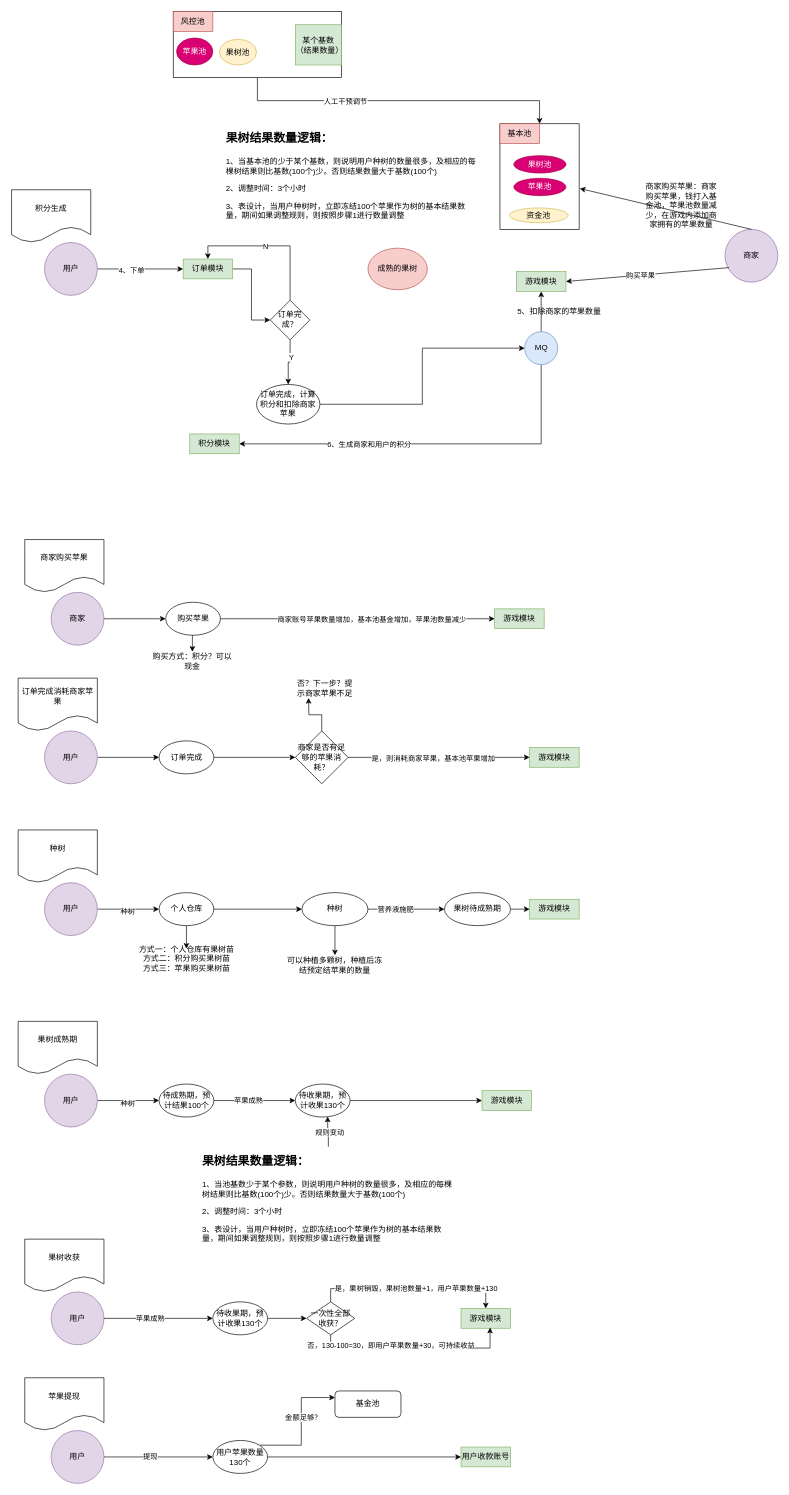
This is gtt-积分流程.drawio from maigao11/flow, a draw.io file, before an edit. Source tidied: cells renumbered, new cells numbered last; positions are measured from the earlier drawing's top-left corner, leaving out a move shared by most shapes. Both pictures are drawn from the tidied source at 66%, with x=0, y=0 at pixel (11, 11).
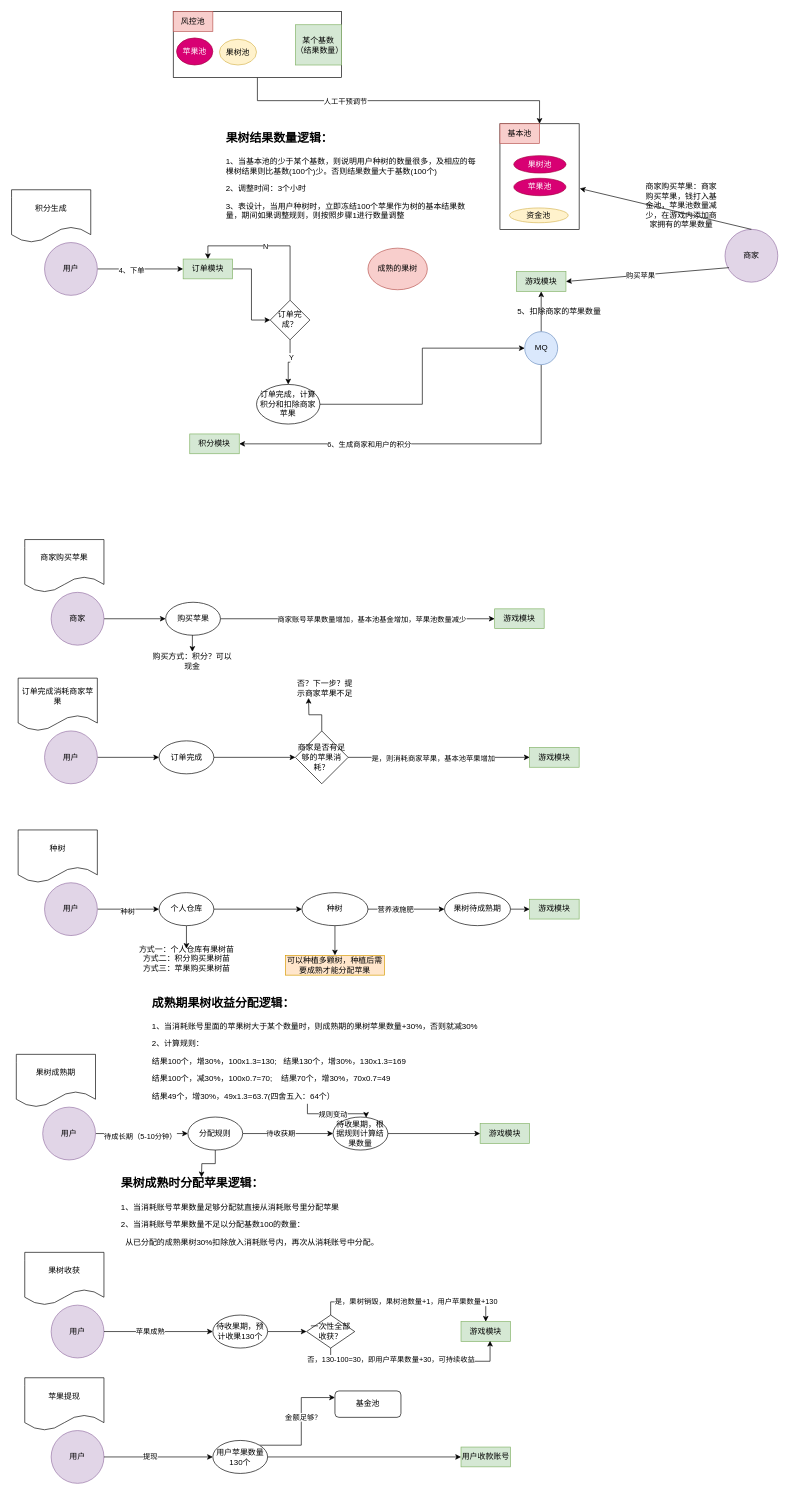
After the change.

Commit message:
更新gtt-积分流程.drawio

Unchanged cells that the change refers to:
```xml
<mxCell id="78" style="edgeStyle=orthogonalEdgeStyle;rounded=0;jettySize=auto;html=1;exitX=1;exitY=0.5;exitDx=0;exitDy=0;entryX=0;entryY=0.5;entryDx=0;entryDy=0;" parent="1" edge="1" source="80" target="83">
  <mxGeometry relative="1" as="geometry" />
</mxCell>
<mxCell id="81" style="edgeStyle=orthogonalEdgeStyle;rounded=0;jettySize=auto;html=1;" parent="1" edge="1" source="83" target="86">
  <mxGeometry relative="1" as="geometry" />
</mxCell>
```

The edit, as a diff of the source:
```diff
@@
-    <mxCell id="76" value="可以种植多颗树，种植后冻结预定结苹果的数量" style="text;html=1;strokeColor=none;fillColor=none;align=center;verticalAlign=middle;whiteSpace=wrap;rounded=0;" parent="1" vertex="1">
+    <mxCell id="76" value="可以种植多颗树，种植后需要成熟才能分配苹果" style="text;html=1;strokeColor=#d79b00;fillColor=#ffe6cc;align=center;verticalAlign=middle;whiteSpace=wrap;rounded=0;" parent="1" vertex="1">
       <mxGeometry x="415" y="1430" width="150" height="30" as="geometry" />
     </mxCell>
     <mxCell id="77" value="果树成熟期" style="shape=document;whiteSpace=wrap;html=1;boundedLbl=1;" parent="1" vertex="1">
-      <mxGeometry x="10" y="1530" width="120" height="80" as="geometry" />
+      <mxGeometry x="7.2" y="1580" width="120" height="80" as="geometry" />
     </mxCell>
@@
-    <mxCell id="79" value="种树" style="edgeLabel;html=1;align=center;verticalAlign=middle;" parent="78" vertex="1">
+    <mxCell id="79" value="待成长期（5-10分钟）" style="edgeLabel;html=1;align=center;verticalAlign=middle;" parent="78" vertex="1">
       <mxGeometry x="-0.04" y="-3" relative="1" as="geometry" />
     </mxCell>
     <mxCell id="80" value="用户" style="ellipse;whiteSpace=wrap;html=1;fillColor=#e1d5e7;strokeColor=#9673a6;" parent="1" vertex="1">
-      <mxGeometry x="50" y="1610" width="80" height="80" as="geometry" />
+      <mxGeometry x="47.2" y="1660" width="80" height="80" as="geometry" />
     </mxCell>
@@
-    <mxCell id="82" value="苹果成熟" style="edgeLabel;html=1;align=center;verticalAlign=middle;" parent="81" vertex="1">
+    <mxCell id="82" value="待收获期" style="edgeLabel;html=1;align=center;verticalAlign=middle;" parent="81" vertex="1">
       <mxGeometry x="-0.18" y="1" relative="1" as="geometry">
         <mxPoint x="1" as="offset" />
       </mxGeometry>
     </mxCell>
-    <mxCell id="83" value="待成熟期，预计结果100个" style="ellipse;whiteSpace=wrap;html=1;" parent="1" vertex="1">
-      <mxGeometry x="223.5" y="1625" width="83" height="50" as="geometry" />
+    <mxCell id="83" value="分配规则" style="ellipse;whiteSpace=wrap;html=1;" parent="1" vertex="1">
+      <mxGeometry x="267.2" y="1675" width="83" height="50" as="geometry" />
     </mxCell>
     <mxCell id="84" value="游戏模块" style="rounded=0;whiteSpace=wrap;html=1;fillColor=#d5e8d4;strokeColor=#82b366;" parent="1" vertex="1">
-      <mxGeometry x="712.8" y="1635" width="75" height="30" as="geometry" />
+      <mxGeometry x="710" y="1685" width="75" height="30" as="geometry" />
     </mxCell>
@@
-    <mxCell id="86" value="待收果期，预计收果130个" style="ellipse;whiteSpace=wrap;html=1;" parent="1" vertex="1">
-      <mxGeometry x="430" y="1625" width="83" height="50" as="geometry" />
+    <mxCell id="86" value="待收果期，根据规则计算结果数量" style="ellipse;whiteSpace=wrap;html=1;" parent="1" vertex="1">
+      <mxGeometry x="487.2" y="1675" width="83" height="50" as="geometry" />
     </mxCell>
-    <mxCell id="87" value="&lt;h1&gt;&lt;font style=&quot;font-size: 18px;&quot;&gt;果树结果数量逻辑：&lt;/font&gt;&lt;/h1&gt;&lt;p&gt;1、当池基数少于某个参数，则说明用户种树的数量很多，及相应的每棵树结果则比基数(100个)少。否则结果数量大于基数(100个)&lt;/p&gt;&lt;p&gt;2、调整时间：3个小时&lt;/p&gt;&lt;p&gt;3、表设计，当用户种树时，立即冻结100个苹果作为树的基本结果数量，期间如果调整规则，则按照步骤1进行数量调整&lt;/p&gt;&lt;p&gt;&lt;br&gt;&lt;/p&gt;&lt;p&gt;&lt;br&gt;&lt;/p&gt;" style="text;html=1;strokeColor=none;fillColor=none;spacing=5;spacingTop=-20;whiteSpace=wrap;overflow=hidden;rounded=0;" parent="1" vertex="1">
-      <mxGeometry x="283.6" y="1720" width="392.8" height="150" as="geometry" />
+    <mxCell id="87" value="&lt;h1&gt;&lt;font style=&quot;font-size: 18px;&quot;&gt;成熟期果树收益分配逻辑：&lt;/font&gt;&lt;/h1&gt;&lt;p&gt;1、当消耗账号里面的苹果树大于某个数量时，则成熟期的果树苹果数量+30%，否则就减30%&lt;/p&gt;&lt;p&gt;2、计算规则：&lt;/p&gt;&lt;p&gt;结果100个，增30%，100x1.3=130;&amp;nbsp; &amp;nbsp;结果130个，增30%，130x1.3=169&lt;/p&gt;&lt;p&gt;结果100个，减30%，100x0.7=70;&amp;nbsp; &amp;nbsp; 结果70个，增30%，70x0.7=49&lt;/p&gt;&lt;p&gt;结果49个，增30%，49x1.3=63.7(四舍五入：64个）&lt;/p&gt;&lt;p&gt;&lt;br&gt;&lt;/p&gt;&lt;p&gt;&lt;br&gt;&lt;/p&gt;" style="text;html=1;strokeColor=none;fillColor=none;spacing=5;spacingTop=-20;whiteSpace=wrap;overflow=hidden;rounded=0;" parent="1" vertex="1">
+      <mxGeometry x="207.8" y="1480" width="519.4" height="170" as="geometry" />
     </mxCell>
-    <mxCell id="88" style="edgeStyle=orthogonalEdgeStyle;rounded=0;jettySize=auto;html=1;exitX=0.5;exitY=0;exitDx=0;exitDy=0;entryX=0.59;entryY=0.984;entryDx=0;entryDy=0;entryPerimeter=0;" parent="1" edge="1" source="87" target="86">
+    <mxCell id="88" style="edgeStyle=orthogonalEdgeStyle;rounded=0;jettySize=auto;html=1;exitX=0.463;exitY=1.029;exitDx=0;exitDy=0;entryX=0.602;entryY=0.02;entryDx=0;entryDy=0;entryPerimeter=0;exitPerimeter=0;" parent="1" edge="1" source="87" target="86">
       <mxGeometry relative="1" as="geometry" />
     </mxCell>
@@
     <mxCell id="90" value="果树收获" style="shape=document;whiteSpace=wrap;html=1;boundedLbl=1;" parent="1" vertex="1">
-      <mxGeometry x="20" y="1860" width="120" height="80" as="geometry" />
+      <mxGeometry x="20" y="1880" width="120" height="80" as="geometry" />
     </mxCell>
     <mxCell id="91" value="用户" style="ellipse;whiteSpace=wrap;html=1;fillColor=#e1d5e7;strokeColor=#9673a6;" parent="1" vertex="1">
-      <mxGeometry x="60" y="1940" width="80" height="80" as="geometry" />
+      <mxGeometry x="60" y="1960" width="80" height="80" as="geometry" />
     </mxCell>
@@
     <mxCell id="94" value="游戏模块" style="rounded=0;whiteSpace=wrap;html=1;fillColor=#d5e8d4;strokeColor=#82b366;" parent="1" vertex="1">
-      <mxGeometry x="681" y="1965" width="75" height="30" as="geometry" />
+      <mxGeometry x="681" y="1985" width="75" height="30" as="geometry" />
     </mxCell>
@@
     <mxCell id="96" value="待收果期，预计收果130个" style="ellipse;whiteSpace=wrap;html=1;" parent="1" vertex="1">
-      <mxGeometry x="305" y="1955" width="83" height="50" as="geometry" />
+      <mxGeometry x="305" y="1975" width="83" height="50" as="geometry" />
     </mxCell>
@@
     <mxCell id="109" value="一次性全部收获？" style="rhombus;whiteSpace=wrap;html=1;" parent="1" vertex="1">
-      <mxGeometry x="447" y="1955" width="73" height="50" as="geometry" />
+      <mxGeometry x="447" y="1975" width="73" height="50" as="geometry" />
     </mxCell>
@@
+    <mxCell id="112" value="&lt;h1&gt;&lt;font style=&quot;font-size: 18px;&quot;&gt;果树成熟时分配苹果逻辑：&lt;/font&gt;&lt;/h1&gt;&lt;p&gt;1、当消耗账号苹果数量足够分配就直接从消耗账号里分配苹果&lt;/p&gt;&lt;p&gt;2、当消耗账号苹果数量不足以分配基数100的数量：&lt;/p&gt;&lt;p&gt;&amp;nbsp; 从已分配的成熟果树30%扣除放入消耗账号内，再次从消耗账号中分配。&lt;/p&gt;&lt;p&gt;&lt;br&gt;&lt;/p&gt;&lt;p&gt;&lt;br&gt;&lt;/p&gt;&lt;p&gt;&lt;br&gt;&lt;/p&gt;" style="text;html=1;strokeColor=none;fillColor=none;spacing=5;spacingTop=-20;whiteSpace=wrap;overflow=hidden;rounded=0;" parent="1" vertex="1">
+      <mxGeometry x="160.9" y="1754" width="600" height="126" as="geometry" />
+    </mxCell>
+    <mxCell id="113" style="edgeStyle=orthogonalEdgeStyle;rounded=0;jettySize=auto;html=1;exitX=0.5;exitY=1;exitDx=0;exitDy=0;entryX=0.216;entryY=0.014;entryDx=0;entryDy=0;entryPerimeter=0;" parent="1" edge="1" source="83">
+      <mxGeometry relative="1" as="geometry">
+        <mxPoint x="287.8" y="1766.2" as="targetPoint" />
+      </mxGeometry>
+    </mxCell>
```
